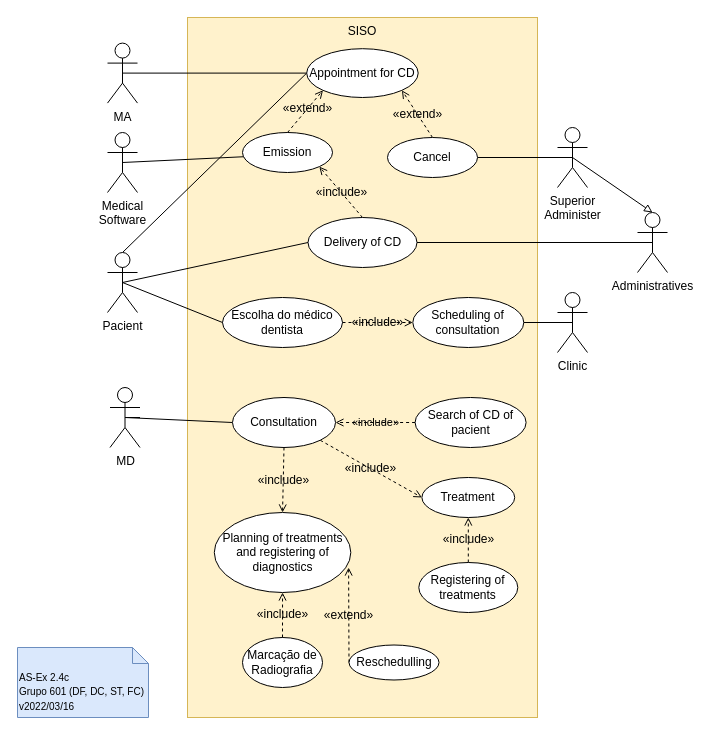
Above: page "2.4c" (3 of 3) of P/P2/P2.drawio in DavidAraujo98/AS (draw.io), before the change. Source tidied: cells renumbered, new cells numbered last; positions are measured from the earlier drawing's top-left corner, leaving out a move shared by most shapes. Both pictures are drawn from the tidied source at 100%, with x=0, y=0 at pixel (17, 17).
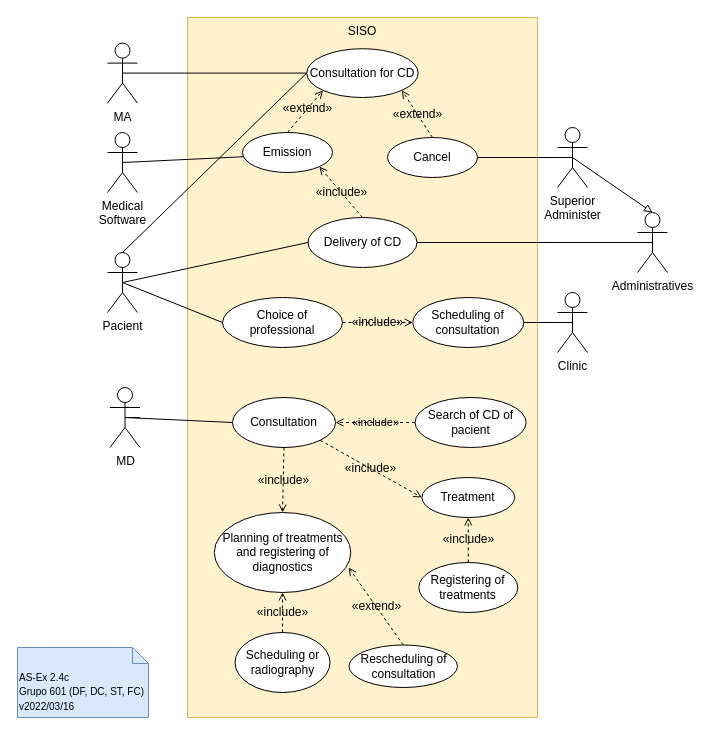
The same page after the edit.

Unchanged cells that the change refers to:
```xml
<mxCell id="25" value="Planning of treatments and registering of diagnostics" style="ellipse;whiteSpace=wrap;html=1;fontSize=12;" parent="1" vertex="1">
  <mxGeometry x="196.8" y="495" width="136.5" height="80" as="geometry" />
</mxCell>
```

What changed in the source:
```diff
@@
-    <mxCell id="12" value="Appointment for CD" style="ellipse;whiteSpace=wrap;html=1;" parent="1" vertex="1">
+    <mxCell id="12" value="Consultation for CD" style="ellipse;whiteSpace=wrap;html=1;" parent="1" vertex="1">
       <mxGeometry x="289.2" y="31.2" width="111.5" height="48.8" as="geometry" />
     </mxCell>
@@
-    <mxCell id="32" value="«extend»" style="edgeStyle=none;rounded=0;jettySize=auto;html=1;exitX=0;exitY=0.5;exitDx=0;exitDy=0;entryX=0.984;entryY=0.688;entryDx=0;entryDy=0;dashed=1;labelBackgroundColor=none;fontSize=12;startArrow=none;startFill=0;endArrow=open;endFill=0;strokeColor=#000000;entryPerimeter=0;" parent="1" edge="1" source="33" target="25">
+    <mxCell id="32" value="«extend»" style="edgeStyle=none;rounded=0;jettySize=auto;html=1;exitX=0.5;exitY=0;exitDx=0;exitDy=0;entryX=0.984;entryY=0.688;entryDx=0;entryDy=0;dashed=1;labelBackgroundColor=none;fontSize=12;startArrow=none;startFill=0;endArrow=open;endFill=0;strokeColor=#000000;entryPerimeter=0;" parent="1" edge="1" source="33" target="25">
       <mxGeometry relative="1" as="geometry" />
     </mxCell>
-    <mxCell id="33" value="Reschedulling" style="ellipse;whiteSpace=wrap;html=1;fontSize=12;" parent="1" vertex="1">
-      <mxGeometry x="331.5" y="627.5" width="90" height="35" as="geometry" />
+    <mxCell id="33" value="Rescheduling of consultation" style="ellipse;whiteSpace=wrap;html=1;fontSize=12;" parent="1" vertex="1">
+      <mxGeometry x="331.5" y="627.5" width="108.5" height="42.5" as="geometry" />
     </mxCell>
@@
-    <mxCell id="35" value="Escolha do médico dentista" style="ellipse;whiteSpace=wrap;html=1;fontSize=12;" parent="1" vertex="1">
+    <mxCell id="35" value="Choice of professional" style="ellipse;whiteSpace=wrap;html=1;fontSize=12;" parent="1" vertex="1">
       <mxGeometry x="205" y="280" width="120" height="50" as="geometry" />
     </mxCell>
@@
-    <mxCell id="38" value="Marcação de Radiografia" style="ellipse;whiteSpace=wrap;html=1;fontSize=12;" parent="1" vertex="1">
-      <mxGeometry x="225" y="620" width="80" height="50" as="geometry" />
+    <mxCell id="38" value="Scheduling or&lt;br&gt;radiography" style="ellipse;whiteSpace=wrap;html=1;fontSize=12;" parent="1" vertex="1">
+      <mxGeometry x="217.5" y="615" width="95" height="60" as="geometry" />
     </mxCell>
```
